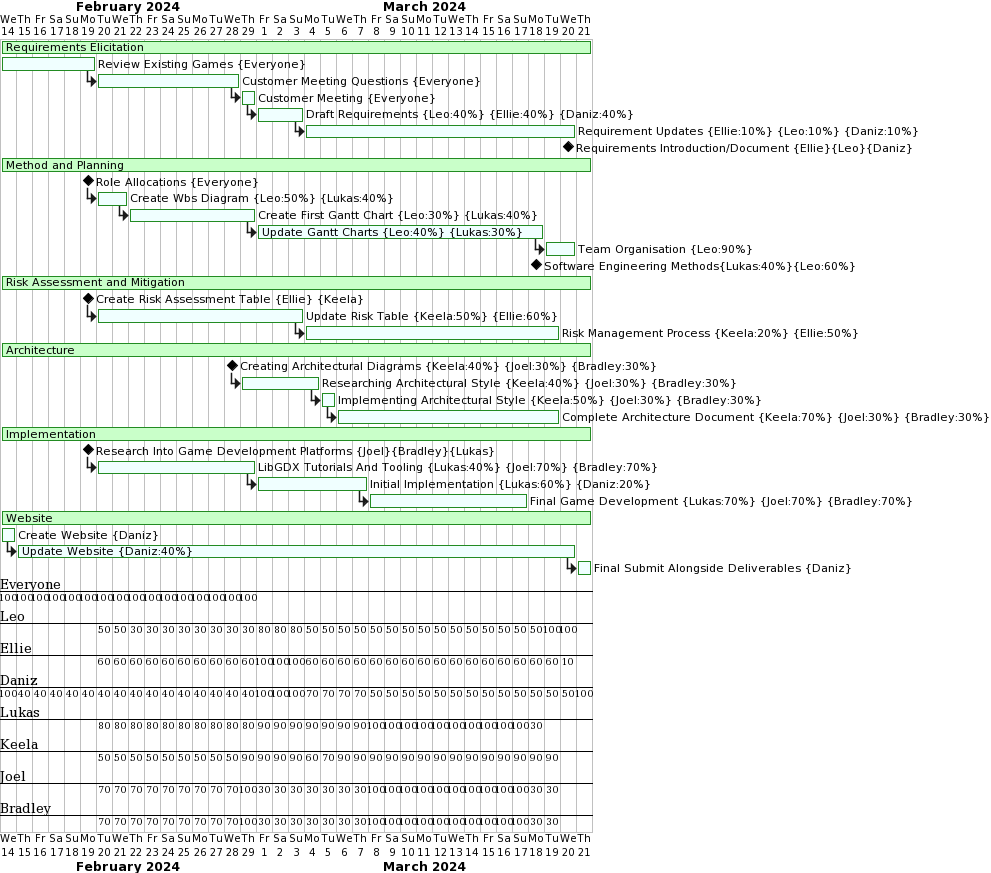
The PlantUML diagram images/g4.png in danizhajizada/team14.github.io, before a commit. Source of this version:
```plantuml
@startgantt
Project starts 2024-02-14

[Requirements Elicitation] lasts 37 days and is colored in TECHNOLOGY/ForestGreen
[Review Existing Games] on {Everyone} lasts 6 days and is colored in Azure/ForestGreen
then [Customer Meeting Questions] on {Everyone} lasts 9 days and is colored in Azure/ForestGreen
then [Customer Meeting] on {Everyone} lasts 1 day and is colored in Azure/ForestGreen
then [Draft Requirements] on {Leo:40%}{Ellie:40%}{Daniz:40%} lasts 3 days and is colored in Azure/ForestGreen
then [Requirement Updates] on {Ellie:10%} {Leo:10%} {Daniz:10%} lasts 5 days and is colored in Azure/ForestGreen
[Requirements Introduction/Document {Ellie}{Leo}{Daniz}] happens at [Requirement Updates]'s end

[Method and Planning] lasts 37 days and is colored in TECHNOLOGY/ForestGreen
[Role Allocations {Everyone}] happens at [Review Existing Games]'s end
then [Create Wbs Diagram] on {Leo:50%}{Lukas:40%} lasts 1 day and is colored in Azure/ForestGreen
then [Create First Gantt Chart] on {Leo:30%}{Lukas:40%} lasts 5 days and is colored in Azure/ForestGreen
then [Update Gantt Charts] on {Leo:40%}{Lukas:30%} lasts 12 days and is colored in Azure/ForestGreen
then [Team Organisation] on {Leo:90%} lasts 1 day and is colored in Azure/ForestGreen
[Software Engineering Methods{Lukas:40%}{Leo:60%} ] happens at [Update Gantt Charts]'s end

[Risk Assessment and Mitigation] lasts 37 days and is colored in TECHNOLOGY/ForestGreen
[Create Risk Assessment Table {Ellie} {Keela}] happens at [Review Existing Games]'s end
then [Update Risk Table] on {Keela:50%} {Ellie:60%} lasts 14 days and is colored in Azure/ForestGreen
then [Risk Management Process] on {Keela:20%} {Ellie:50%} lasts 11 days and is colored in Azure/ForestGreen

[Architecture] lasts 37 days and is colored in TECHNOLOGY/ForestGreen
[Creating Architectural Diagrams {Keela:40%} {Joel:30%} {Bradley:30%}] happens at [Customer Meeting Questions]'s end
then [Researching Architectural Style] on {Keela:40%} {Joel:30%} {Bradley:30%} lasts 5 days and is colored in Azure/ForestGreen
then [Implementing Architectural Style] on {Keela:50%} {Joel:30%} {Bradley:30%} lasts 1 day and is colored in Azure/ForestGreen
then [Complete Architecture Document] on {Keela:70%}{Joel:30%}{Bradley:30%} lasts 17 days and is colored in Azure/ForestGreen

[Implementation] lasts 37 days and is colored in TECHNOLOGY/ForestGreen
[Research Into Game Development Platforms {Joel}{Bradley}{Lukas}] happens at [Review Existing Games]'s end
then [LibGDX Tutorials And Tooling] on {Lukas:40%}{Joel:70%}{Bradley:70%} lasts 18 days and is colored in Azure/ForestGreen
then [Initial Implementation] on {Lukas:60%}{Daniz:20%} lasts 5 days and is colored in Azure/ForestGreen
then [Final Game Development] on {Lukas:70%}{Joel:70%}{Bradley:70%} lasts 20 days and is colored in Azure/ForestGreen

[Website] lasts 37 days and is colored in TECHNOLOGY/ForestGreen
[Create Website] on {Daniz} lasts 1 day and is colored in Azure/ForestGreen
then [Update Website] on {Daniz:40%} lasts 14 days and is colored in Azure/ForestGreen
then [Final Submit Alongside Deliverables] on {Daniz} lasts 1 day and is colored in Azure/ForestGreen
@endgantt
```
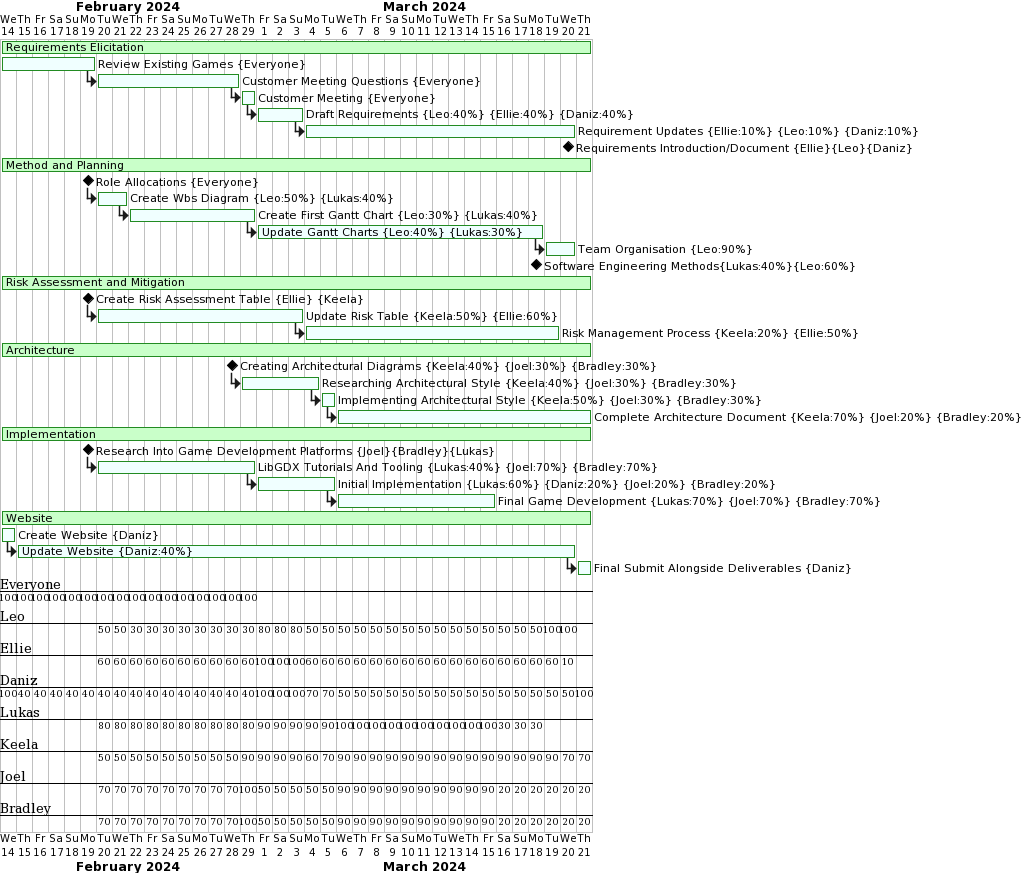
The same file after the commit.

The edit, as a diff of the source:
```diff
@@ -26,12 +26,12 @@
 [Creating Architectural Diagrams {Keela:40%} {Joel:30%} {Bradley:30%}] happens at [Customer Meeting Questions]'s end
 then [Researching Architectural Style] on {Keela:40%} {Joel:30%} {Bradley:30%} lasts 5 days and is colored in Azure/ForestGreen
 then [Implementing Architectural Style] on {Keela:50%} {Joel:30%} {Bradley:30%} lasts 1 day and is colored in Azure/ForestGreen
-then [Complete Architecture Document] on {Keela:70%}{Joel:30%}{Bradley:30%} lasts 17 days and is colored in Azure/ForestGreen
+then [Complete Architecture Document] on {Keela:70%}{Joel:20%}{Bradley:20%} lasts 17 days and is colored in Azure/ForestGreen
 
 [Implementation] lasts 37 days and is colored in TECHNOLOGY/ForestGreen
 [Research Into Game Development Platforms {Joel}{Bradley}{Lukas}] happens at [Review Existing Games]'s end
 then [LibGDX Tutorials And Tooling] on {Lukas:40%}{Joel:70%}{Bradley:70%} lasts 18 days and is colored in Azure/ForestGreen
-then [Initial Implementation] on {Lukas:60%}{Daniz:20%} lasts 5 days and is colored in Azure/ForestGreen
+then [Initial Implementation] on {Lukas:60%}{Daniz:20%}{Joel:20%}{Bradley:20%} lasts 5 days and is colored in Azure/ForestGreen
 then [Final Game Development] on {Lukas:70%}{Joel:70%}{Bradley:70%} lasts 20 days and is colored in Azure/ForestGreen
 
 [Website] lasts 37 days and is colored in TECHNOLOGY/ForestGreen
```
